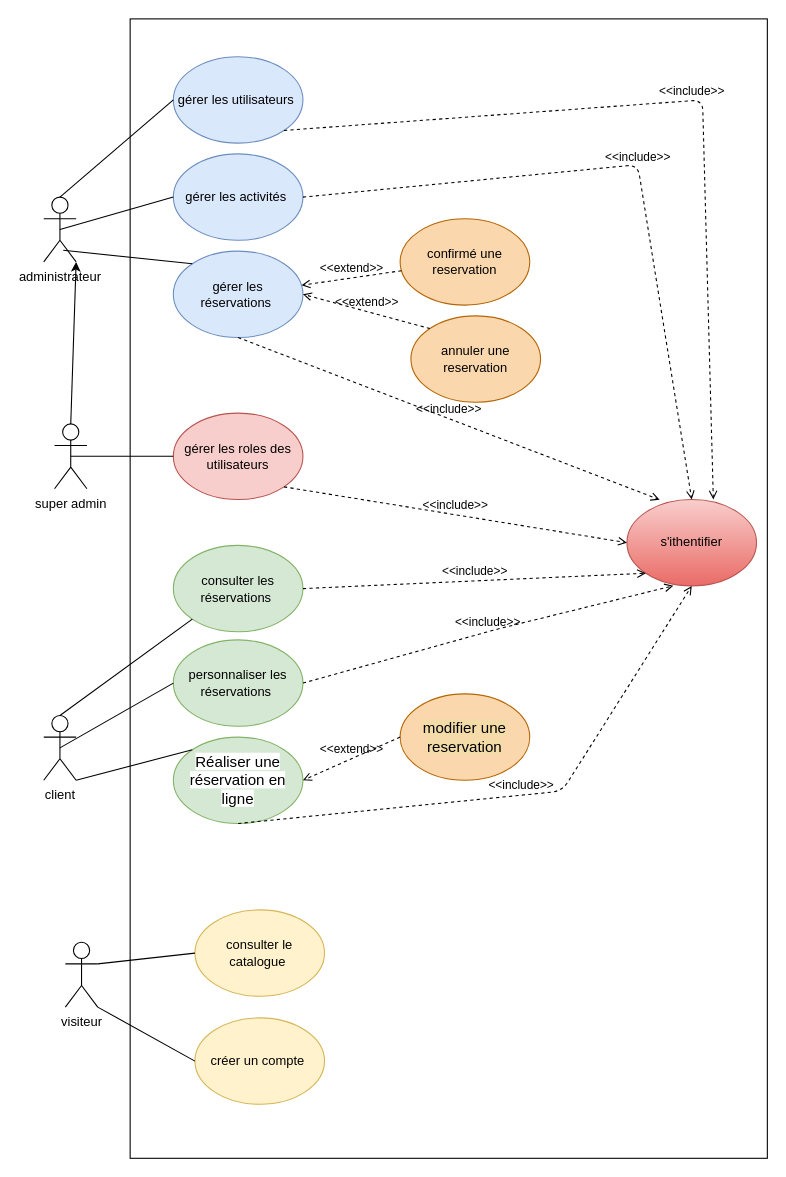
Earlier version of the draw.io diagram uml-usecase.drawio (ligh-cloud/site-de-voyage-2.0). Source tidied: cells renumbered, new cells numbered last; positions are measured from the earlier drawing's top-left corner, leaving out a move shared by most shapes. Both pictures are drawn from the tidied source at 108%, with x=0, y=0 at pixel (43, 18).
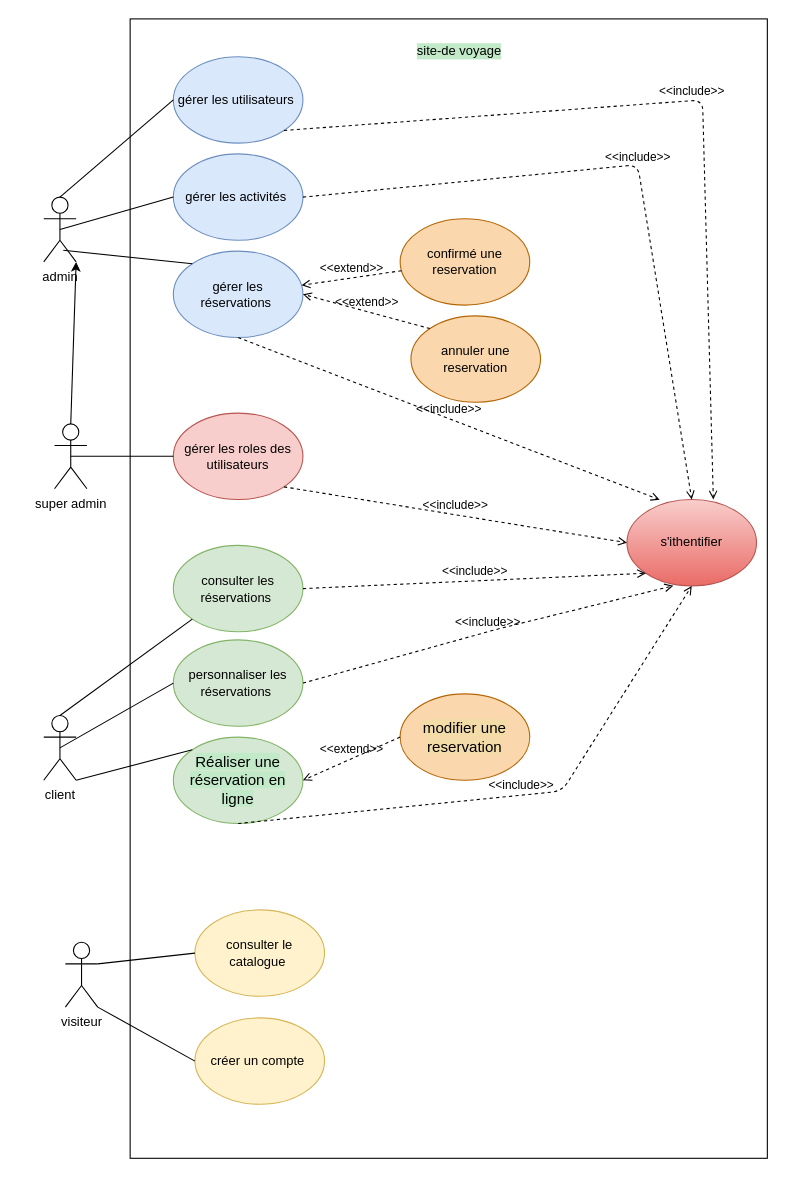
The same diagram, later.

Commit message:
j'ai modifier le diagramme de use case

What changed in the source:
```diff
@@
-    <mxCell id="2" value="administrateur" style="shape=umlActor;verticalLabelPosition=bottom;verticalAlign=top;html=1;outlineConnect=0;" parent="1" vertex="1">
+    <mxCell id="2" value="admin" style="shape=umlActor;verticalLabelPosition=bottom;verticalAlign=top;html=1;outlineConnect=0;" parent="1" vertex="1">
       <mxGeometry y="165" width="30" height="60" as="geometry" />
     </mxCell>
@@
-    <mxCell id="13" value="&lt;span style=&quot;font-family: &amp;quot;Nunito Sans&amp;quot;, sans-serif; font-size: 14px; text-align: left; background-color: rgb(255, 255, 255);&quot;&gt;Réaliser une réservation en ligne&lt;/span&gt;" style="ellipse;whiteSpace=wrap;html=1;fillColor=#d5e8d4;strokeColor=#82b366;" parent="1" vertex="1">
+    <mxCell id="13" value="&lt;span style=&quot;font-family: &amp;quot;Nunito Sans&amp;quot;, sans-serif; font-size: 14px; text-align: left; background-color: rgb(194, 234, 201);&quot;&gt;Réaliser une réservation en ligne&lt;/span&gt;" style="ellipse;whiteSpace=wrap;html=1;fillColor=#d5e8d4;strokeColor=#82b366;" parent="1" vertex="1">
       <mxGeometry x="120" y="665" width="120" height="80" as="geometry" />
     </mxCell>
@@
+    <mxCell id="40" value="site-de voyage" style="text;html=1;strokeColor=none;fillColor=none;align=center;verticalAlign=middle;whiteSpace=wrap;rounded=0;labelBackgroundColor=#c2eac9;" parent="1" vertex="1">
+      <mxGeometry x="340" y="15" width="90" height="30" as="geometry" />
+    </mxCell>
```
